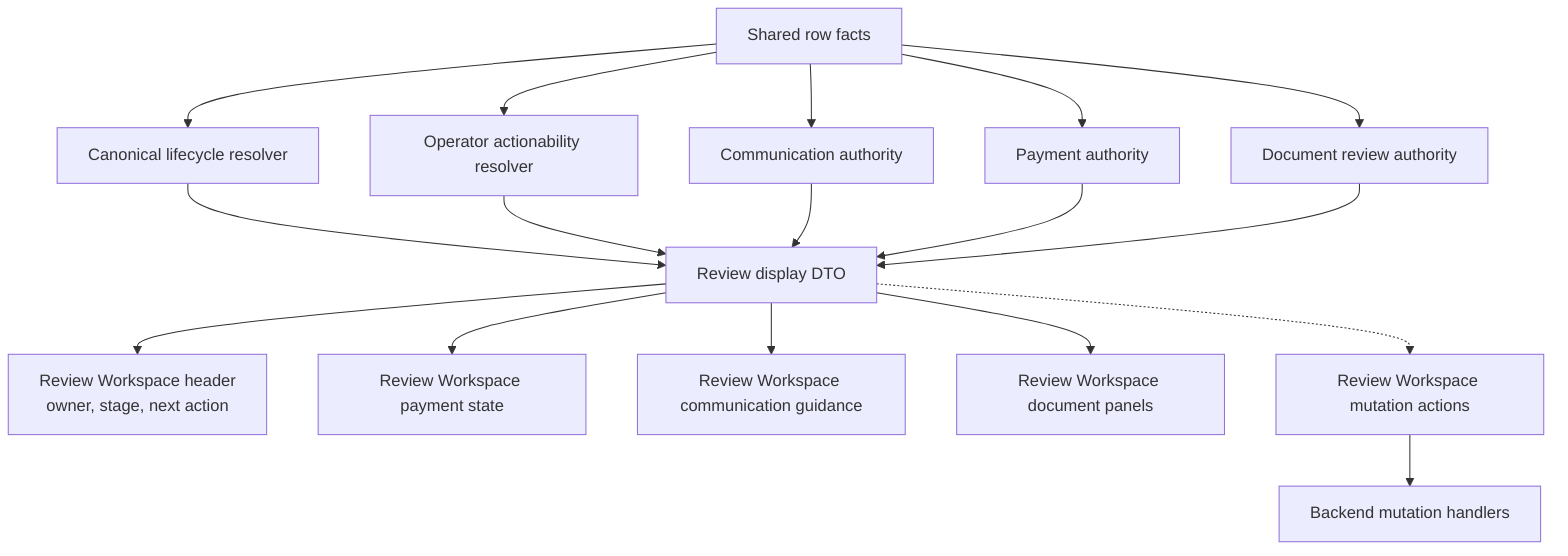
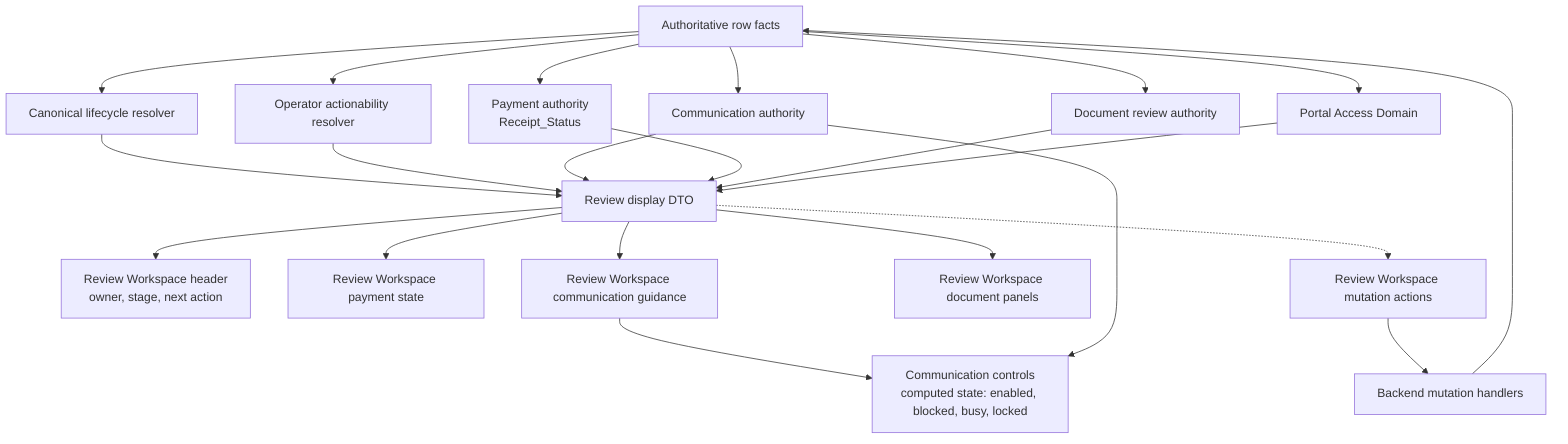
flowchart TD
-   A["Shared row facts"] --> B["Canonical lifecycle resolver"]
+   A["Authoritative row facts"] --> B["Canonical lifecycle resolver"]
  A --> C["Operator actionability resolver"]
  A --> D["Communication authority"]
-   A --> E["Payment authority"]
+   A --> E["Payment authority<br/>Receipt_Status"]
  A --> F["Document review authority"]
+   A --> P["Portal Access Domain"]

  B --> G["Review display DTO"]
  C --> G
  D --> G
  E --> G
  F --> G
+   P --> G

  G --> H["Review Workspace header<br/>owner, stage, next action"]
  G --> I["Review Workspace payment state"]
  G --> J["Review Workspace communication guidance"]
  G --> K["Review Workspace document panels"]

+   J --> J1["Communication controls<br/>computed state: enabled, blocked, busy, locked"]
+   D --> J1
+ 
  G -.-> L["Review Workspace mutation actions"]
  L --> M["Backend mutation handlers"]
+   M --> A
